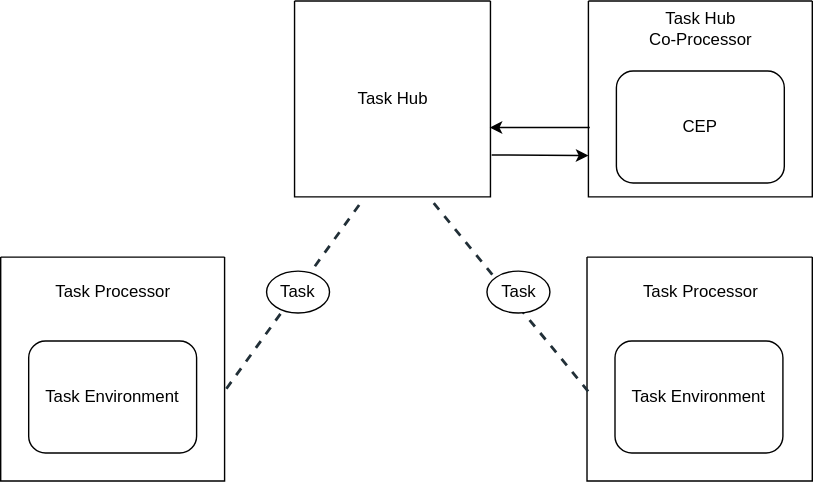
The draw.io diagram Task.drawio.svg in markNZed/TaskFlow, before a commit. Source tidied: cells renumbered, new cells last; positions are measured from the earlier drawing's top-left corner, leaving out a move shared by most shapes. The source it was exported from:
```xml
<mxGraphModel>
  <root>
    <mxCell id="0" />
    <mxCell id="1" parent="0" />
    <mxCell id="2" style="swimlane;startSize=0;" parent="1" vertex="1">
      <mxGeometry y="183" width="160" height="160" as="geometry" />
    </mxCell>
    <mxCell id="3" value="Task Processor" style="text;html=1;align=center;verticalAlign=middle;strokeColor=none;fillColor=none;" parent="2" vertex="1">
      <mxGeometry x="25" y="10" width="110" height="30" as="geometry" />
    </mxCell>
    <mxCell id="4" style="swimlane;startSize=0;" parent="1" vertex="1">
      <mxGeometry x="419" y="183" width="161" height="160" as="geometry" />
    </mxCell>
    <mxCell id="5" value="Task Processor" style="text;html=1;align=center;verticalAlign=middle;strokeColor=none;fillColor=none;" parent="4" vertex="1">
      <mxGeometry x="26" y="10" width="110" height="30" as="geometry" />
    </mxCell>
    <mxCell id="6" style="endArrow=none;dashed=1;html=1;strokeColor=#212f37;strokeWidth=2;fontFamily=Titillium Web;fontSize=18;fontColor=#212f37;elbow=vertical;exitX=1.008;exitY=0.588;exitDx=0;exitDy=0;entryX=0.35;entryY=1.013;entryDx=0;entryDy=0;entryPerimeter=0;exitPerimeter=0;" parent="1" edge="1" source="2" target="9">
      <mxGeometry relative="1" as="geometry" />
    </mxCell>
    <mxCell id="7" value="Task" style="ellipse;whiteSpace=wrap;html=1;" parent="1" vertex="1">
      <mxGeometry x="190" y="193" width="45" height="30" as="geometry" />
    </mxCell>
    <mxCell id="8" style="endArrow=none;dashed=1;html=1;strokeColor=#212f37;strokeWidth=2;fontFamily=Titillium Web;fontSize=18;fontColor=#212f37;elbow=vertical;exitX=0.005;exitY=0.6;exitDx=0;exitDy=0;entryX=0.7;entryY=1.019;entryDx=0;entryDy=0;entryPerimeter=0;exitPerimeter=0;" parent="1" edge="1" source="4" target="9">
      <mxGeometry relative="1" as="geometry" />
    </mxCell>
    <mxCell id="9" style="swimlane;startSize=0;" parent="1" vertex="1">
      <mxGeometry x="210" width="140" height="140" as="geometry" />
    </mxCell>
    <mxCell id="10" value="Task Hub" style="text;html=1;align=center;verticalAlign=middle;strokeColor=none;fillColor=none;" parent="9" vertex="1">
      <mxGeometry x="30" y="55" width="80" height="30" as="geometry" />
    </mxCell>
    <mxCell id="11" value="Task" style="ellipse;whiteSpace=wrap;html=1;" parent="1" vertex="1">
      <mxGeometry x="347.5" y="193" width="45" height="30" as="geometry" />
    </mxCell>
    <mxCell id="12" style="swimlane;startSize=0;" parent="1" vertex="1">
      <mxGeometry x="420" width="160" height="140" as="geometry" />
    </mxCell>
    <mxCell id="13" value="Task Hub &lt;br&gt;Co-Processor" style="text;html=1;align=center;verticalAlign=middle;strokeColor=none;fillColor=none;" parent="12" vertex="1">
      <mxGeometry x="30" width="100" height="40" as="geometry" />
    </mxCell>
    <mxCell id="14" value="CEP" style="rounded=1;whiteSpace=wrap;html=1;" parent="12" vertex="1">
      <mxGeometry x="20" y="50" width="120" height="80" as="geometry" />
    </mxCell>
    <mxCell id="15" style="endArrow=classic;html=1;rounded=0;entryX=0;entryY=0.789;entryDx=0;entryDy=0;entryPerimeter=0;exitX=1.013;exitY=0.467;exitDx=0;exitDy=0;exitPerimeter=0;" parent="1" edge="1" target="12">
      <mxGeometry relative="1" as="geometry">
        <mxPoint x="350.9" y="110" as="sourcePoint" />
      </mxGeometry>
    </mxCell>
    <mxCell id="16" style="endArrow=classic;html=1;rounded=0;exitX=0.006;exitY=0.646;exitDx=0;exitDy=0;exitPerimeter=0;entryX=0.996;entryY=0.646;entryDx=0;entryDy=0;entryPerimeter=0;" parent="1" edge="1" source="12" target="9">
      <mxGeometry relative="1" as="geometry" />
    </mxCell>
    <mxCell id="17" value="Task Environment" style="rounded=1;whiteSpace=wrap;html=1;" parent="1" vertex="1">
      <mxGeometry x="20" y="243" width="120" height="80" as="geometry" />
    </mxCell>
    <mxCell id="18" value="Task Environment" style="rounded=1;whiteSpace=wrap;html=1;" parent="1" vertex="1">
      <mxGeometry x="439" y="243" width="120" height="80" as="geometry" />
    </mxCell>
  </root>
</mxGraphModel>
```
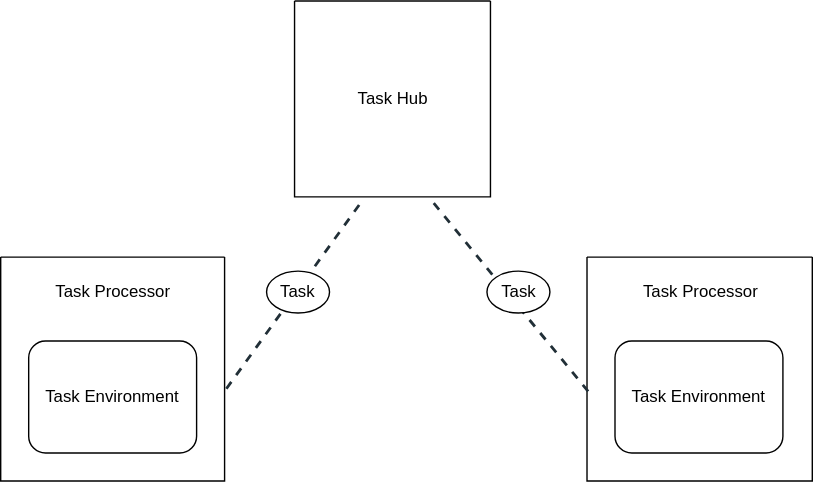
Above is the later version.

The edit, as a diff of the source:
```diff
@@ -32,23 +32,6 @@
     <mxCell id="11" value="Task" style="ellipse;whiteSpace=wrap;html=1;" parent="1" vertex="1">
       <mxGeometry x="347.5" y="193" width="45" height="30" as="geometry" />
     </mxCell>
-    <mxCell id="12" style="swimlane;startSize=0;" parent="1" vertex="1">
-      <mxGeometry x="420" width="160" height="140" as="geometry" />
-    </mxCell>
-    <mxCell id="13" value="Task Hub &lt;br&gt;Co-Processor" style="text;html=1;align=center;verticalAlign=middle;strokeColor=none;fillColor=none;" parent="12" vertex="1">
-      <mxGeometry x="30" width="100" height="40" as="geometry" />
-    </mxCell>
-    <mxCell id="14" value="CEP" style="rounded=1;whiteSpace=wrap;html=1;" parent="12" vertex="1">
-      <mxGeometry x="20" y="50" width="120" height="80" as="geometry" />
-    </mxCell>
-    <mxCell id="15" style="endArrow=classic;html=1;rounded=0;entryX=0;entryY=0.789;entryDx=0;entryDy=0;entryPerimeter=0;exitX=1.013;exitY=0.467;exitDx=0;exitDy=0;exitPerimeter=0;" parent="1" edge="1" target="12">
-      <mxGeometry relative="1" as="geometry">
-        <mxPoint x="350.9" y="110" as="sourcePoint" />
-      </mxGeometry>
-    </mxCell>
-    <mxCell id="16" style="endArrow=classic;html=1;rounded=0;exitX=0.006;exitY=0.646;exitDx=0;exitDy=0;exitPerimeter=0;entryX=0.996;entryY=0.646;entryDx=0;entryDy=0;entryPerimeter=0;" parent="1" edge="1" source="12" target="9">
-      <mxGeometry relative="1" as="geometry" />
-    </mxCell>
     <mxCell id="17" value="Task Environment" style="rounded=1;whiteSpace=wrap;html=1;" parent="1" vertex="1">
       <mxGeometry x="20" y="243" width="120" height="80" as="geometry" />
     </mxCell>
```
